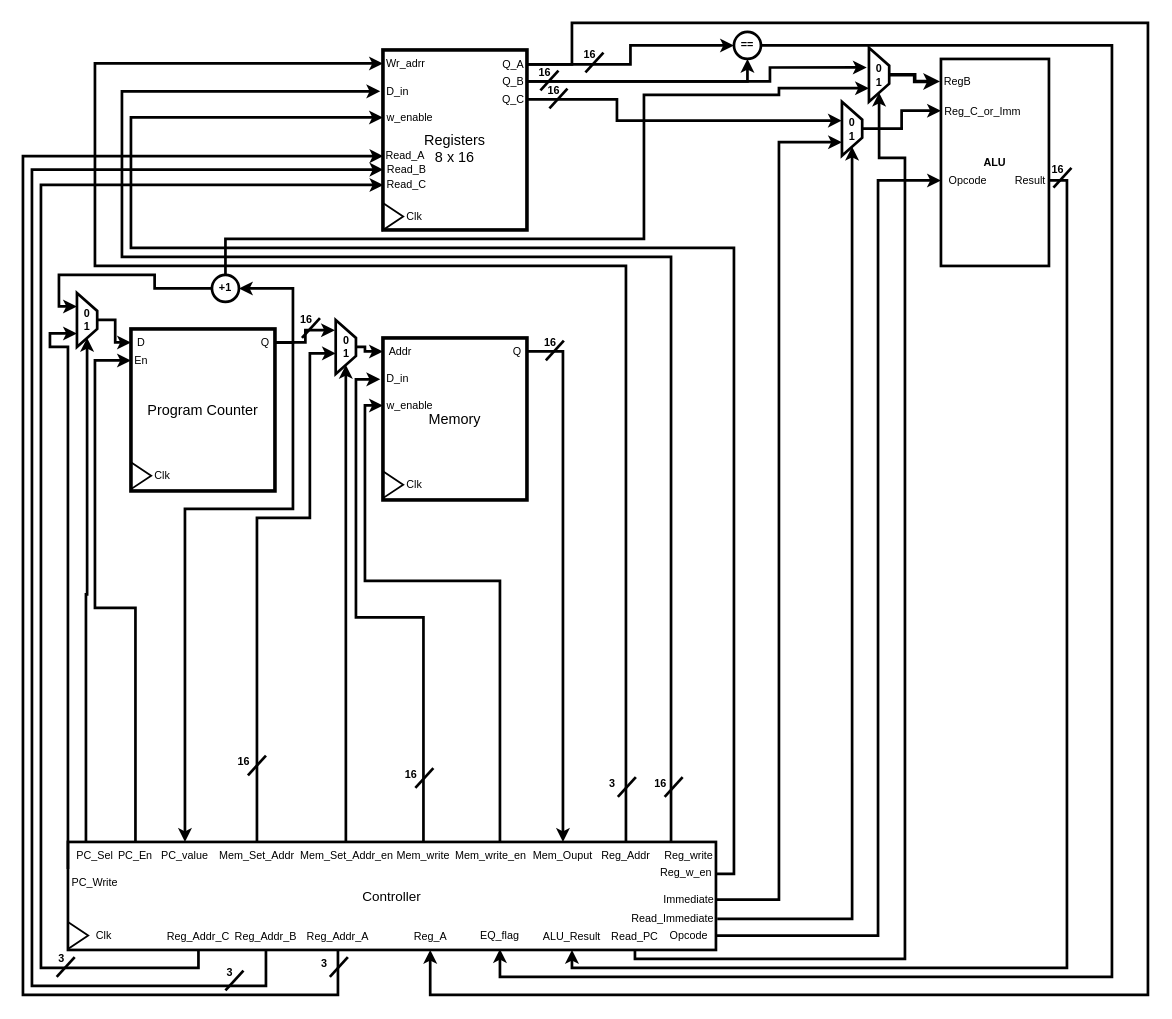
This is page "Control Unit" (2 of 2) of docs/schematics/RiSC_RTL.drawio from adityab7106/RiSC-16, a draw.io file, before an edit. Source tidied: cells renumbered, new cells numbered last; positions are measured from the earlier drawing's top-left corner, leaving out a move shared by most shapes. Both pictures are drawn from the tidied source at 90%, with x=0, y=0 at pixel (22, 22).
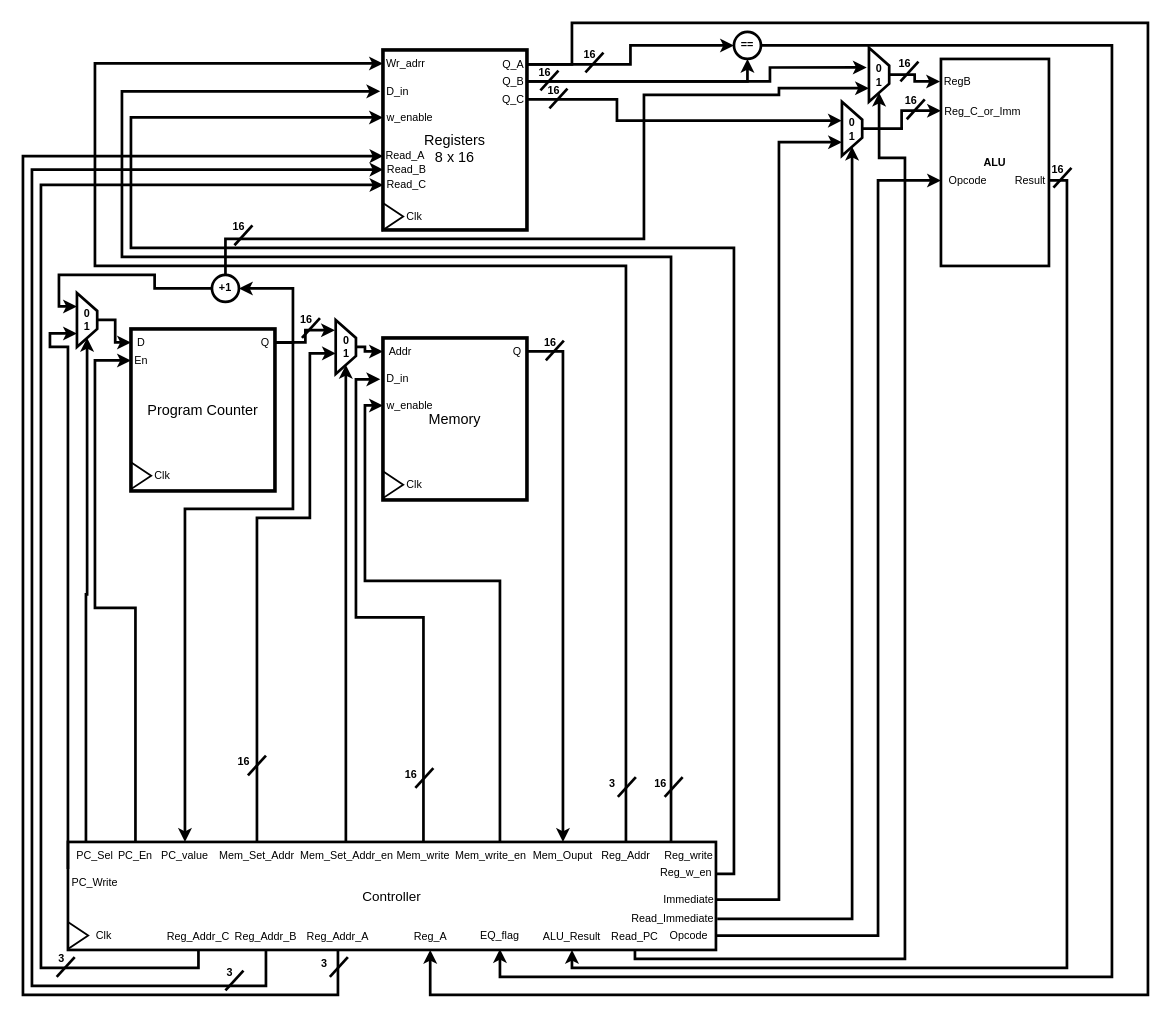
After the change.

Unchanged cells that the change refers to:
```xml
<mxCell id="60" value="RegB" style="text;html=1;whiteSpace=wrap;strokeColor=none;fillColor=none;align=center;verticalAlign=middle;rounded=0;" parent="1" vertex="1">
  <mxGeometry x="1019" y="50" width="39" height="30" as="geometry" />
</mxCell>
<mxCell id="135" value="0&lt;div&gt;1&lt;/div&gt;" style="shape=trapezoid;perimeter=trapezoidPerimeter;whiteSpace=wrap;html=1;shapeInside=1;fixedSize=1;strokeWidth=3;direction=south;fontStyle=1;" parent="1" vertex="1">
  <mxGeometry x="940" y="27.5" width="22.5" height="60" as="geometry" />
</mxCell>
```

Diff of the diagram source:
```diff
@@
-    <mxCell id="134" style="edgeStyle=orthogonalEdgeStyle;rounded=0;jettySize=auto;html=1;fontFamily=Helvetica;fontSize=12;fontColor=default;strokeWidth=4;" parent="1" edge="1" source="135" target="60">
+    <mxCell id="134" style="edgeStyle=orthogonalEdgeStyle;rounded=0;jettySize=auto;html=1;fontFamily=Helvetica;fontSize=12;fontColor=default;strokeWidth=3;" parent="1" edge="1" source="135" target="60">
       <mxGeometry relative="1" as="geometry" />
     </mxCell>
@@
+    <mxCell id="138" style="group;" parent="1" vertex="1">
+      <mxGeometry x="210" y="212" width="60" height="35" as="geometry" />
+    </mxCell>
+    <mxCell id="139" style="endArrow=none;html=1;rounded=0;fontFamily=Helvetica;fontSize=12;fontColor=default;strokeWidth=3;" parent="138" edge="1">
+      <mxGeometry relative="1" as="geometry">
+        <mxPoint x="25" y="35" as="sourcePoint" />
+        <mxPoint x="45" y="13" as="targetPoint" />
+      </mxGeometry>
+    </mxCell>
+    <mxCell id="140" value="16" style="text;html=1;whiteSpace=wrap;strokeColor=none;fillColor=none;align=center;verticalAlign=middle;rounded=0;fontStyle=1;" parent="138" vertex="1">
+      <mxGeometry width="60" height="30" as="geometry" />
+    </mxCell>
+    <mxCell id="141" style="group;" parent="1" vertex="1">
+      <mxGeometry x="950" y="30" width="60" height="35" as="geometry" />
+    </mxCell>
+    <mxCell id="142" style="endArrow=none;html=1;rounded=0;fontFamily=Helvetica;fontSize=12;fontColor=default;strokeWidth=3;" parent="141" edge="1">
+      <mxGeometry relative="1" as="geometry">
+        <mxPoint x="25" y="35" as="sourcePoint" />
+        <mxPoint x="45" y="13" as="targetPoint" />
+      </mxGeometry>
+    </mxCell>
+    <mxCell id="143" value="16" style="text;html=1;whiteSpace=wrap;strokeColor=none;fillColor=none;align=center;verticalAlign=middle;rounded=0;fontStyle=1;" parent="141" vertex="1">
+      <mxGeometry width="60" height="30" as="geometry" />
+    </mxCell>
+    <mxCell id="144" style="group;" parent="1" vertex="1">
+      <mxGeometry x="957" y="72" width="60" height="35" as="geometry" />
+    </mxCell>
+    <mxCell id="145" style="endArrow=none;html=1;rounded=0;fontFamily=Helvetica;fontSize=12;fontColor=default;strokeWidth=3;" parent="144" edge="1">
+      <mxGeometry relative="1" as="geometry">
+        <mxPoint x="25" y="35" as="sourcePoint" />
+        <mxPoint x="45" y="13" as="targetPoint" />
+      </mxGeometry>
+    </mxCell>
+    <mxCell id="146" value="16" style="text;html=1;whiteSpace=wrap;strokeColor=none;fillColor=none;align=center;verticalAlign=middle;rounded=0;fontStyle=1;" parent="144" vertex="1">
+      <mxGeometry width="60" height="30" as="geometry" />
+    </mxCell>
```
